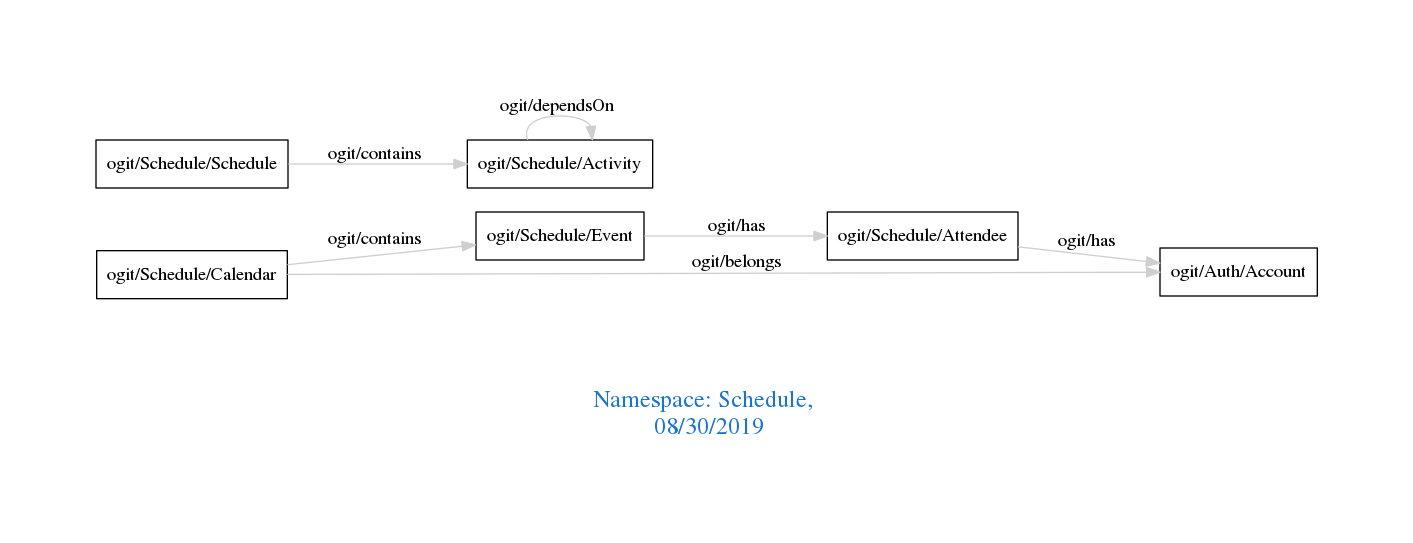
Earlier version of the Graphviz export downloads/Schedule.png (arago/OGIT). Its source is kept beside it as downloads/Schedule.dot.
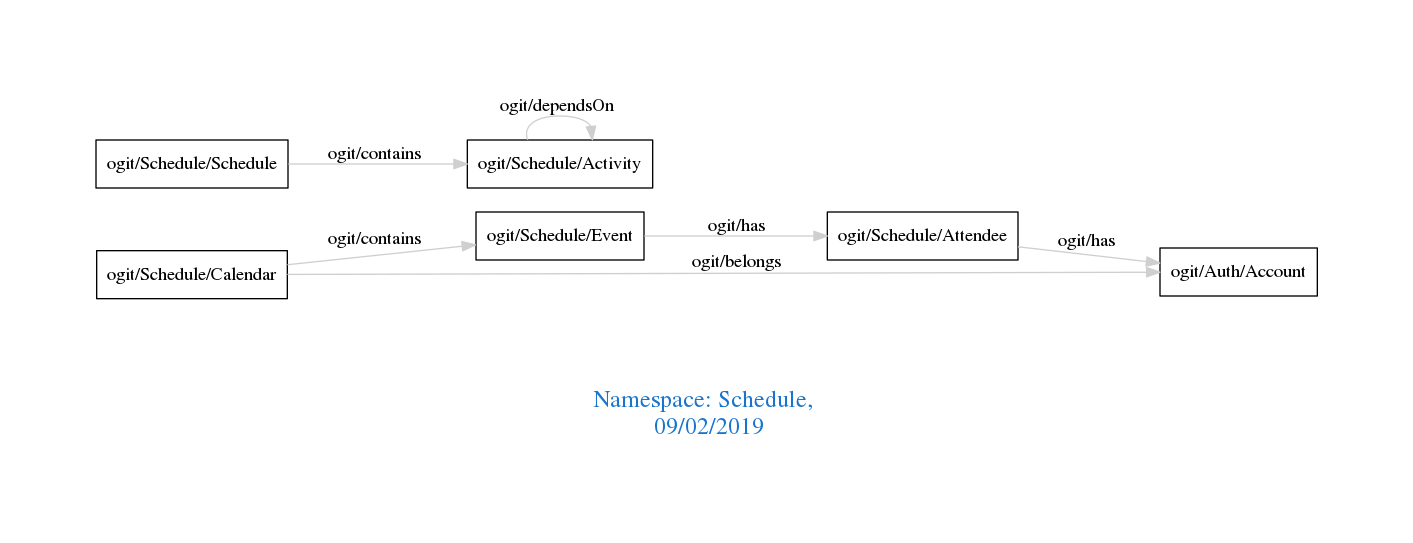
The same diagram one commit later.

The edit, as a diff of the source:
```diff
@@ -1,7 +1,7 @@
 digraph OGIT_ontology {
  graph [ rankdir= LR,pad=1
 fontsize = 18,
-fontcolor= dodgerblue3,label = "\n\n\nNamespace: Schedule, \n 08/30/2019"];
+fontcolor= dodgerblue3,label = "\n\n\nNamespace: Schedule, \n 09/02/2019"];
 node[shape=polygon];
 edge [  color="gray81"];
 
```
